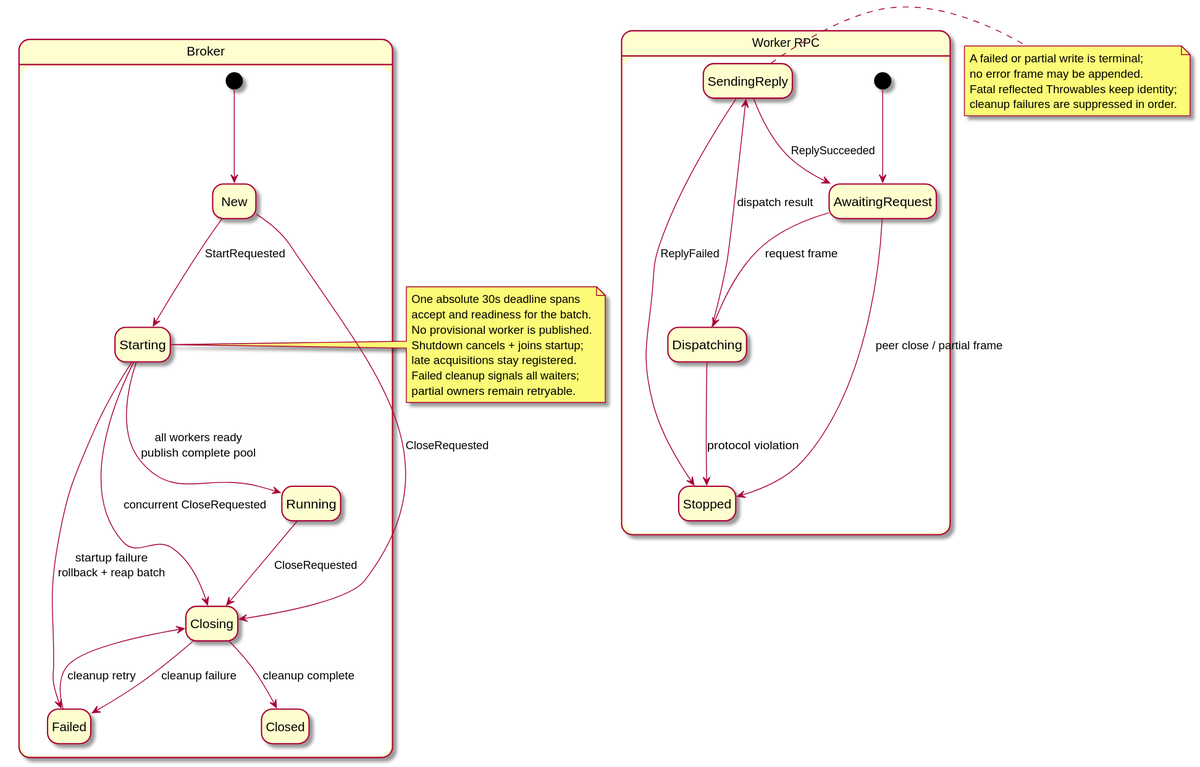
This is docs/diagrams/portal_lifecycle.svg from Pilleo/mazewall, a PlantUML export, as it was before one commit.
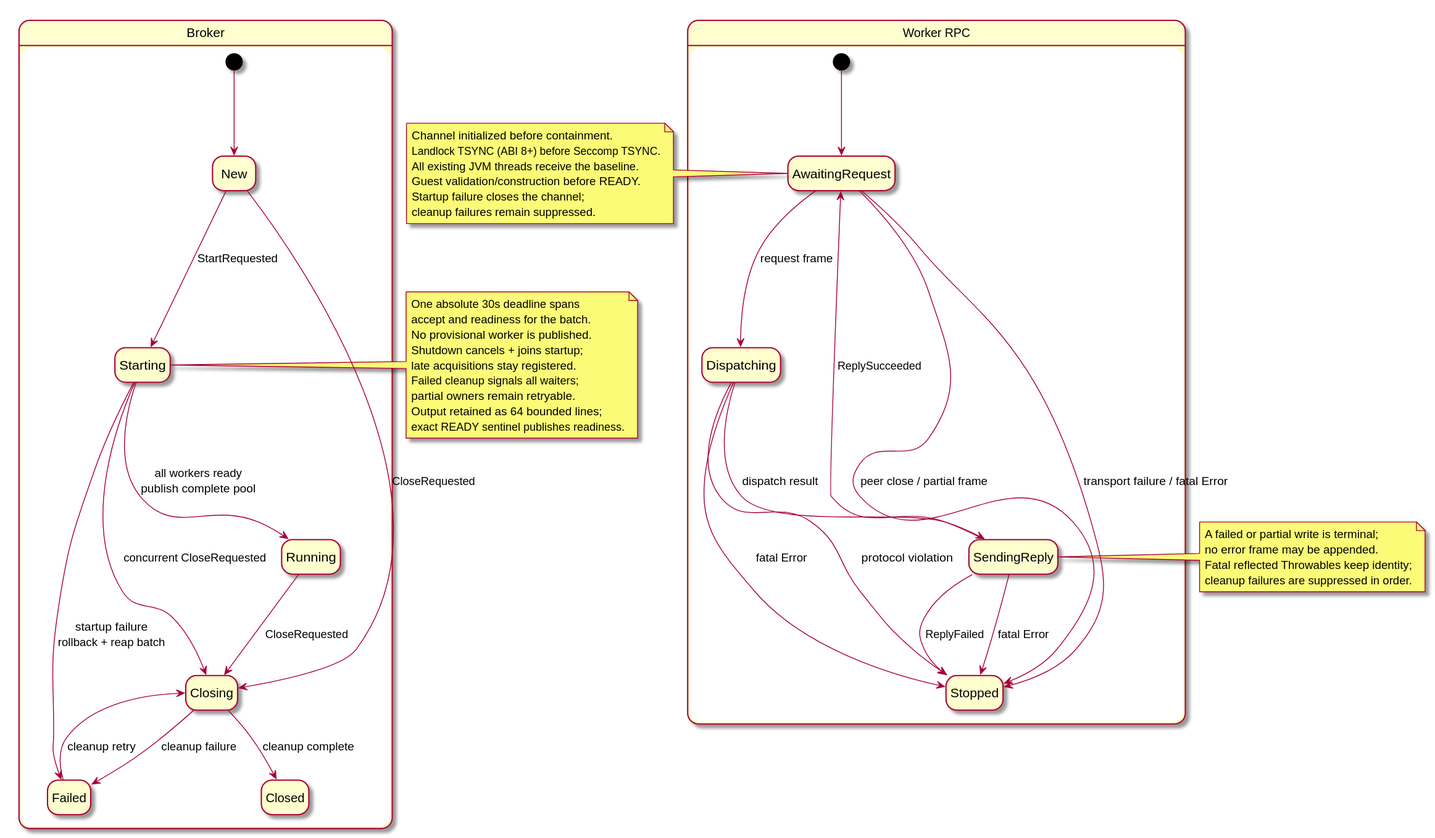
After the commit.

Change to the diagram source:
```diff
@@ -21,6 +21,9 @@
   SendingReply --> AwaitingRequest : ReplySucceeded
   SendingReply --> Stopped : ReplyFailed
   AwaitingRequest --> Stopped : peer close / partial frame
+  AwaitingRequest --> Stopped : transport failure / fatal Error
+  Dispatching --> Stopped : fatal Error
+  SendingReply --> Stopped : fatal Error
   Dispatching --> Stopped : protocol violation
 }
 
@@ -32,6 +35,17 @@
   late acquisitions stay registered.
   Failed cleanup signals all waiters;
   partial owners remain retryable.
+  Output retained as 64 bounded lines;
+  exact READY sentinel publishes readiness.
+end note
+
+note left of AwaitingRequest
+  Channel initialized before containment.
+  Landlock TSYNC (ABI 8+) before Seccomp TSYNC.
+  All existing JVM threads receive the baseline.
+  Guest validation/construction before READY.
+  Startup failure closes the channel;
+  cleanup failures remain suppressed.
 end note
 
 note right of SendingReply
```
